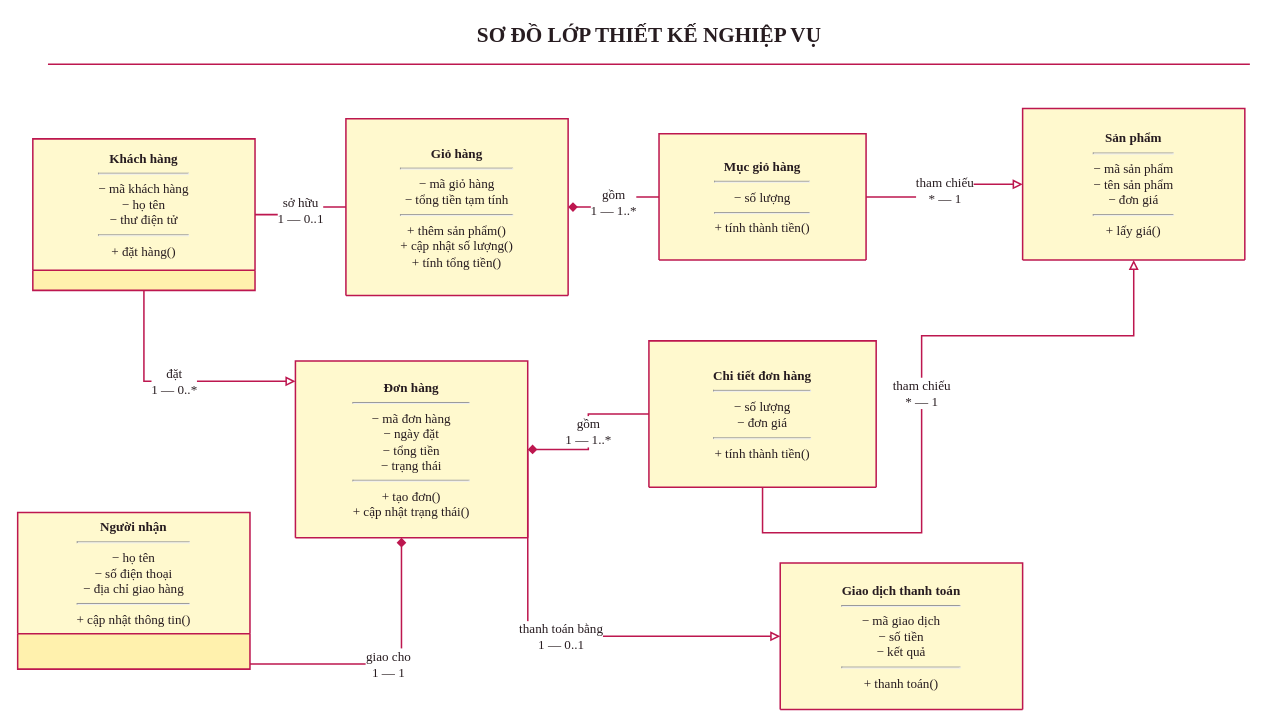
This is page "03 Lớp thiết kế nghiệp vụ" (3 of 6) of LAB_AT_OOSD/LAB04/ThietKe/PhamMInhGiang-12DHCNPM1-ThietKeLab04.drawio from 1250080044-PhamMinhGiang-12DHCNPM1/OOP-Lab, a draw.io file, before an edit. Source tidied: cells renumbered, new cells numbered last; positions are measured from the earlier drawing's top-left corner, leaving out a move shared by most shapes. Both pictures are drawn from the tidied source at 101%, with x=0, y=0 at pixel (17, 17).
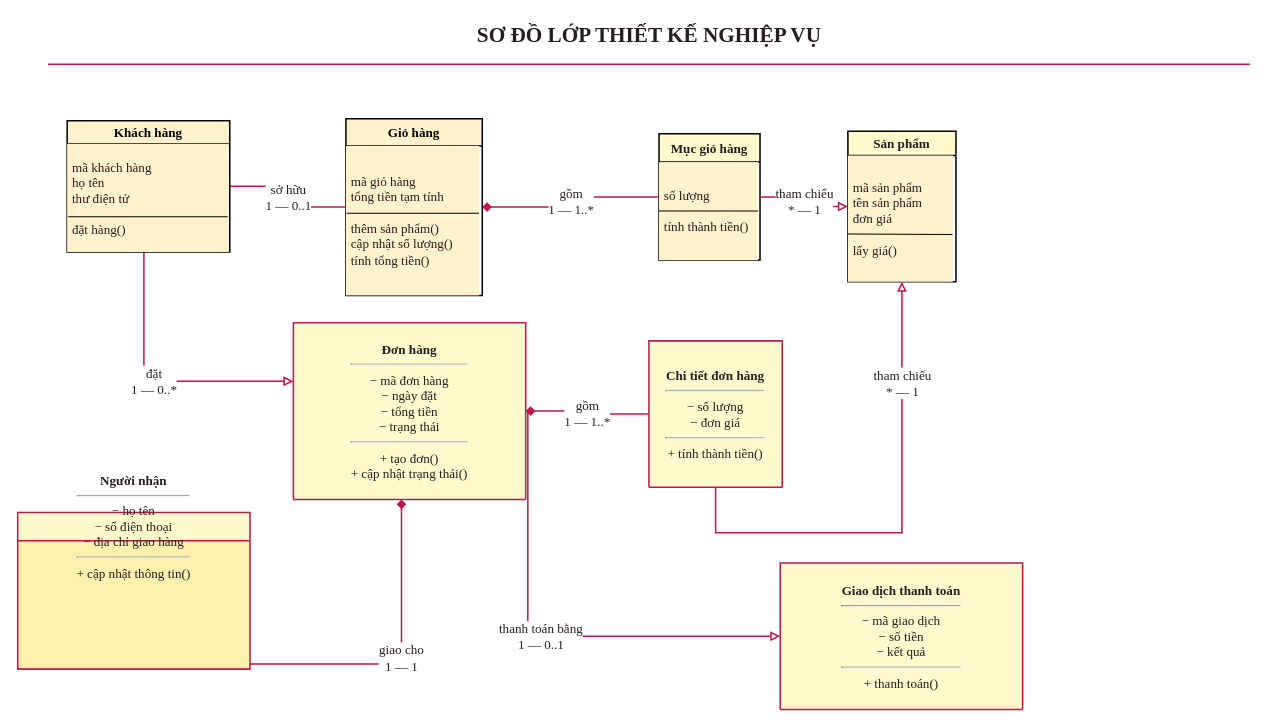
The same page after the edit.

Diff of the diagram source:
```diff
@@
-    <mxCell id="3" value="&lt;b&gt;Khách hàng&lt;/b&gt;&lt;hr&gt;− mã khách hàng&lt;br&gt;− họ tên&lt;br&gt;− thư điện tử&lt;hr&gt;+ đặt hàng()" style="swimlane;fontStyle=0;horizontal=1;startSize=130;html=1;whiteSpace=wrap;fillColor=#FFF9CE;swimlaneFillColor=#FFF1AD;strokeColor=#BD174F;fontSize=13;fontFamily=Times New Roman;fontColor=#271C20;strokeWidth=1.5;" parent="1" vertex="1">
-      <mxGeometry x="15" y="120" width="220" height="150" as="geometry" />
-    </mxCell>
-    <mxCell id="4" value="&lt;b&gt;Giỏ hàng&lt;/b&gt;&lt;hr&gt;− mã giỏ hàng&lt;br&gt;− tổng tiền tạm tính&lt;hr&gt;+ thêm sản phẩm()&lt;br&gt;+ cập nhật số lượng()&lt;br&gt;+ tính tổng tiền()" style="swimlane;fontStyle=0;horizontal=1;startSize=175;html=1;whiteSpace=wrap;fillColor=#FFF9CE;swimlaneFillColor=#FFF1AD;strokeColor=#BD174F;fontSize=13;fontFamily=Times New Roman;fontColor=#271C20;strokeWidth=1.5;" parent="1" vertex="1">
-      <mxGeometry x="325" y="100" width="220" height="175" as="geometry" />
+    <mxCell id="4" value="&lt;b&gt;Giỏ hàng&lt;/b&gt;" style="swimlane;fontStyle=0;horizontal=1;startSize=27;html=1;whiteSpace=wrap;fillColor=#fff2cc;swimlaneFillColor=none;strokeColor=default;fontSize=13;fontFamily=Times New Roman;strokeWidth=1.5;" parent="1" vertex="1">
+      <mxGeometry x="325" y="100" width="135" height="175" as="geometry" />
     </mxCell>
+    <mxCell id="20" value="&lt;span style=&quot;color: rgb(39, 28, 32); font-family: &amp;quot;Times New Roman&amp;quot;; font-size: 13px;&quot;&gt;&amp;nbsp;mã giỏ hàng&lt;/span&gt;&lt;br style=&quot;color: rgb(39, 28, 32); font-family: &amp;quot;Times New Roman&amp;quot;; font-size: 13px;&quot;&gt;&lt;span style=&quot;color: rgb(39, 28, 32); font-family: &amp;quot;Times New Roman&amp;quot;; font-size: 13px;&quot;&gt;&amp;nbsp;tổng tiền tạm tính&lt;/span&gt;&lt;div&gt;&lt;span style=&quot;color: rgb(39, 28, 32); font-family: &amp;quot;Times New Roman&amp;quot;; font-size: 13px;&quot;&gt;&lt;br&gt;&lt;/span&gt;&lt;/div&gt;&lt;div&gt;&lt;span style=&quot;color: rgb(39, 28, 32); font-family: &amp;quot;Times New Roman&amp;quot;; font-size: 13px;&quot;&gt;&amp;nbsp;thêm sản phẩm()&lt;/span&gt;&lt;br style=&quot;color: rgb(39, 28, 32); font-family: &amp;quot;Times New Roman&amp;quot;; font-size: 13px;&quot;&gt;&lt;span style=&quot;color: rgb(39, 28, 32); font-family: &amp;quot;Times New Roman&amp;quot;; font-size: 13px;&quot;&gt;&amp;nbsp;cập nhật số lượng()&lt;/span&gt;&lt;br style=&quot;color: rgb(39, 28, 32); font-family: &amp;quot;Times New Roman&amp;quot;; font-size: 13px;&quot;&gt;&lt;span style=&quot;color: rgb(39, 28, 32); font-family: &amp;quot;Times New Roman&amp;quot;; font-size: 13px;&quot;&gt;&amp;nbsp;tính tổng tiền()&lt;/span&gt;&lt;/div&gt;" style="text;html=1;whiteSpace=wrap;strokeColor=none;fillColor=#fff2cc;align=left;verticalAlign=middle;rounded=0;" parent="4" vertex="1">
+      <mxGeometry y="27" width="132" height="148" as="geometry" />
+    </mxCell>
+    <mxCell id="21" style="endArrow=none;html=1;rounded=0;defaultLabelBackgroundColor=page;exitX=0.005;exitY=0.45;exitDx=0;exitDy=0;exitPerimeter=0;entryX=0.997;entryY=0.45;entryDx=0;entryDy=0;entryPerimeter=0;" parent="4" edge="1" source="20" target="20">
+      <mxGeometry relative="1" as="geometry" />
+    </mxCell>
-    <mxCell id="5" value="&lt;b&gt;Mục giỏ hàng&lt;/b&gt;&lt;hr&gt;− số lượng&lt;hr&gt;+ tính thành tiền()" style="swimlane;fontStyle=0;horizontal=1;startSize=125;html=1;whiteSpace=wrap;fillColor=#FFF9CE;swimlaneFillColor=#FFF1AD;strokeColor=#BD174F;fontSize=13;fontFamily=Times New Roman;fontColor=#271C20;strokeWidth=1.5;" parent="1" vertex="1">
-      <mxGeometry x="635" y="115" width="205" height="125" as="geometry" />
+    <mxCell id="5" value="&lt;b&gt;Mục giỏ hàng&lt;/b&gt;" style="swimlane;fontStyle=0;horizontal=1;startSize=28;html=1;whiteSpace=wrap;fillColor=#FFF9CE;swimlaneFillColor=none;strokeColor=default;fontSize=13;fontFamily=Times New Roman;fontColor=#271C20;strokeWidth=1.5;" parent="1" vertex="1">
+      <mxGeometry x="635" y="115" width="100" height="125" as="geometry" />
     </mxCell>
+    <mxCell id="22" value="&lt;span style=&quot;color: rgb(39, 28, 32); font-family: &amp;quot;Times New Roman&amp;quot;; font-size: 13px;&quot;&gt;&amp;nbsp;số lượng&lt;/span&gt;&lt;div&gt;&lt;span style=&quot;color: rgb(39, 28, 32); font-family: &amp;quot;Times New Roman&amp;quot;; font-size: 13px;&quot;&gt;&lt;br&gt;&lt;/span&gt;&lt;/div&gt;&lt;div&gt;&lt;span style=&quot;color: rgb(39, 28, 32); font-family: &amp;quot;Times New Roman&amp;quot;; font-size: 13px;&quot;&gt;&amp;nbsp;tính thành tiền()&lt;/span&gt;&lt;/div&gt;" style="text;html=1;whiteSpace=wrap;strokeColor=none;fillColor=#fff2cc;align=left;verticalAlign=middle;rounded=0;" parent="5" vertex="1">
+      <mxGeometry y="28" width="98" height="97" as="geometry" />
+    </mxCell>
+    <mxCell id="23" style="endArrow=none;html=1;rounded=0;defaultLabelBackgroundColor=page;exitX=0;exitY=0.5;exitDx=0;exitDy=0;entryX=1;entryY=0.5;entryDx=0;entryDy=0;" parent="5" edge="1" source="22" target="22">
+      <mxGeometry relative="1" as="geometry" />
+    </mxCell>
-    <mxCell id="6" value="&lt;b&gt;Sản phẩm&lt;/b&gt;&lt;hr&gt;− mã sản phẩm&lt;br&gt;− tên sản phẩm&lt;br&gt;− đơn giá&lt;hr&gt;+ lấy giá()" style="swimlane;fontStyle=0;horizontal=1;startSize=150;html=1;whiteSpace=wrap;fillColor=#FFF9CE;swimlaneFillColor=#FFF1AD;strokeColor=#BD174F;fontSize=13;fontFamily=Times New Roman;fontColor=#271C20;strokeWidth=1.5;" parent="1" vertex="1">
-      <mxGeometry x="995" y="90" width="220" height="150" as="geometry" />
+    <mxCell id="6" value="&lt;b&gt;Sản phẩm&lt;/b&gt;" style="swimlane;fontStyle=0;horizontal=1;startSize=24;html=1;whiteSpace=wrap;fillColor=#FFF9CE;swimlaneFillColor=none;strokeColor=default;fontSize=13;fontFamily=Times New Roman;fontColor=#271C20;strokeWidth=1.5;" parent="1" vertex="1">
+      <mxGeometry x="822" y="112.5" width="107" height="149" as="geometry" />
     </mxCell>
+    <mxCell id="24" value="&lt;span style=&quot;color: rgb(39, 28, 32); font-family: &amp;quot;Times New Roman&amp;quot;; font-size: 13px;&quot;&gt;&amp;nbsp;mã sản phẩm&lt;/span&gt;&lt;br style=&quot;color: rgb(39, 28, 32); font-family: &amp;quot;Times New Roman&amp;quot;; font-size: 13px;&quot;&gt;&lt;span style=&quot;color: rgb(39, 28, 32); font-family: &amp;quot;Times New Roman&amp;quot;; font-size: 13px;&quot;&gt;&amp;nbsp;tên sản phẩm&lt;/span&gt;&lt;br style=&quot;color: rgb(39, 28, 32); font-family: &amp;quot;Times New Roman&amp;quot;; font-size: 13px;&quot;&gt;&lt;span style=&quot;color: rgb(39, 28, 32); font-family: &amp;quot;Times New Roman&amp;quot;; font-size: 13px;&quot;&gt;&amp;nbsp;đơn giá&lt;/span&gt;&lt;div&gt;&lt;span style=&quot;color: rgb(39, 28, 32); font-family: &amp;quot;Times New Roman&amp;quot;; font-size: 13px;&quot;&gt;&lt;br&gt;&lt;/span&gt;&lt;/div&gt;&lt;div&gt;&lt;span style=&quot;color: rgb(39, 28, 32); font-family: &amp;quot;Times New Roman&amp;quot;; font-size: 13px;&quot;&gt;&amp;nbsp;lấy giá()&lt;/span&gt;&lt;/div&gt;" style="text;html=1;whiteSpace=wrap;strokeColor=none;fillColor=#fff2cc;align=left;verticalAlign=middle;rounded=0;" parent="6" vertex="1">
+      <mxGeometry y="24" width="104" height="125" as="geometry" />
+    </mxCell>
+    <mxCell id="25" style="endArrow=none;html=1;rounded=0;defaultLabelBackgroundColor=page;exitX=-0.001;exitY=0.621;exitDx=0;exitDy=0;entryX=0.996;entryY=0.625;entryDx=0;entryDy=0;exitPerimeter=0;entryPerimeter=0;" parent="6" edge="1" source="24" target="24">
+      <mxGeometry relative="1" as="geometry" />
+    </mxCell>
     <mxCell id="7" value="&lt;b&gt;Đơn hàng&lt;/b&gt;&lt;hr&gt;− mã đơn hàng&lt;br&gt;− ngày đặt&lt;br&gt;− tổng tiền&lt;br&gt;− trạng thái&lt;hr&gt;+ tạo đơn()&lt;br&gt;+ cập nhật trạng thái()" style="swimlane;fontStyle=0;horizontal=1;startSize=175;html=1;whiteSpace=wrap;fillColor=#FFF9CE;swimlaneFillColor=#FFF1AD;strokeColor=#BD174F;fontSize=13;fontFamily=Times New Roman;fontColor=#271C20;strokeWidth=1.5;" parent="1" vertex="1">
-      <mxGeometry x="275" y="340" width="230" height="175" as="geometry" />
+      <mxGeometry x="273" y="302" width="230" height="175" as="geometry" />
     </mxCell>
-    <mxCell id="8" value="&lt;b&gt;Chi tiết đơn hàng&lt;/b&gt;&lt;hr&gt;− số lượng&lt;br&gt;− đơn giá&lt;hr&gt;+ tính thành tiền()" style="swimlane;fontStyle=0;horizontal=1;startSize=145;html=1;whiteSpace=wrap;fillColor=#FFF9CE;swimlaneFillColor=#FFF1AD;strokeColor=#BD174F;fontSize=13;fontFamily=Times New Roman;fontColor=#271C20;strokeWidth=1.5;" parent="1" vertex="1">
-      <mxGeometry x="625" y="320" width="225" height="145" as="geometry" />
+    <mxCell id="8" value="&lt;b&gt;Chi tiết đơn hàng&lt;/b&gt;&lt;hr&gt;− số lượng&lt;br&gt;− đơn giá&lt;hr&gt;+ tính thành tiền()" style="swimlane;fontStyle=0;horizontal=1;startSize=145;html=1;whiteSpace=wrap;fillColor=#FFF9CE;swimlaneFillColor=#FFF1AD;strokeColor=#BD174F;fontSize=13;fontFamily=Times New Roman;fontColor=#271C20;strokeWidth=1.5;" parent="1" vertex="1" collapsed="1">
+      <mxGeometry x="625" y="320" width="132" height="145" as="geometry" />
     </mxCell>
-    <mxCell id="9" value="&lt;b&gt;Người nhận&lt;/b&gt;&lt;hr&gt;− họ tên&lt;br&gt;− số điện thoại&lt;br&gt;− địa chỉ giao hàng&lt;hr&gt;+ cập nhật thông tin()" style="swimlane;fontStyle=0;horizontal=1;startSize=120;html=1;whiteSpace=wrap;fillColor=#FFF9CE;swimlaneFillColor=#FFF1AD;strokeColor=#BD174F;fontSize=13;fontFamily=Times New Roman;fontColor=#271C20;strokeWidth=1.5;" parent="1" vertex="1">
+    <mxCell id="9" value="&lt;b&gt;Người nhận&lt;/b&gt;&lt;hr&gt;− họ tên&lt;br&gt;− số điện thoại&lt;br&gt;− địa chỉ giao hàng&lt;hr&gt;+ cập nhật thông tin()" style="swimlane;fontStyle=0;horizontal=1;startSize=28;html=1;whiteSpace=wrap;fillColor=#FFF9CE;swimlaneFillColor=#FFF1AD;strokeColor=#BD174F;fontSize=13;fontFamily=Times New Roman;fontColor=#271C20;strokeWidth=1.5;" parent="1" vertex="1">
       <mxGeometry y="490" width="230" height="155" as="geometry" />
     </mxCell>
@@
-    <mxCell id="16" value="tham chiếu&#10;* — 1" style="edgeStyle=orthogonalEdgeStyle;rounded=0;jettySize=auto;html=1;endArrow=block;endFill=0;startArrow=none;labelBackgroundColor=#FFFFFF;fontSize=13;strokeColor=#BD174F;strokeWidth=1.5;fontFamily=Times New Roman;fontColor=#271C20;" parent="1" edge="1" source="8" target="6">
-      <mxGeometry relative="1" as="geometry">
+    <mxCell id="16" value="tham chiếu&#10;* — 1" style="edgeStyle=orthogonalEdgeStyle;rounded=0;jettySize=auto;html=1;endArrow=block;endFill=0;startArrow=none;labelBackgroundColor=#FFFFFF;fontSize=13;strokeColor=#BD174F;strokeWidth=1.5;fontFamily=Times New Roman;fontColor=#271C20;entryX=0.5;entryY=1;entryDx=0;entryDy=0;" parent="1" edge="1" source="8" target="6">
+      <mxGeometry x="0.58" relative="1" as="geometry">
         <Array as="points">
-          <mxPoint x="895" y="510" />
-          <mxPoint x="895" y="315" />
-          <mxPoint x="1105" y="315" />
+          <mxPoint x="691" y="510" />
+          <mxPoint x="875.5" y="510" />
         </Array>
       </mxGeometry>
     </mxCell>
@@
+    <mxCell id="3" value="&lt;b&gt;Khách hàng&lt;/b&gt;" style="swimlane;fontStyle=0;horizontal=1;startSize=23;html=1;whiteSpace=wrap;fillColor=#fff2cc;swimlaneFillColor=default;strokeColor=default;fontSize=13;fontFamily=Times New Roman;strokeWidth=1.5;" parent="1" vertex="1">
+      <mxGeometry x="49" y="102" width="161" height="130" as="geometry" />
+    </mxCell>
+    <mxCell id="26" value="&lt;span style=&quot;color: rgb(39, 28, 32); font-family: &amp;quot;Times New Roman&amp;quot;; font-size: 13px;&quot;&gt;&amp;nbsp;mã khách hàng&lt;/span&gt;&lt;br style=&quot;color: rgb(39, 28, 32); font-family: &amp;quot;Times New Roman&amp;quot;; font-size: 13px;&quot;&gt;&lt;span style=&quot;color: rgb(39, 28, 32); font-family: &amp;quot;Times New Roman&amp;quot;; font-size: 13px;&quot;&gt;&amp;nbsp;họ tên&lt;/span&gt;&lt;br style=&quot;color: rgb(39, 28, 32); font-family: &amp;quot;Times New Roman&amp;quot;; font-size: 13px;&quot;&gt;&lt;span style=&quot;color: rgb(39, 28, 32); font-family: &amp;quot;Times New Roman&amp;quot;; font-size: 13px;&quot;&gt;&amp;nbsp;thư điện tử&lt;/span&gt;&lt;div&gt;&lt;span style=&quot;color: rgb(39, 28, 32); font-family: &amp;quot;Times New Roman&amp;quot;; font-size: 13px;&quot;&gt;&lt;/span&gt;&lt;/div&gt;&lt;div&gt;&lt;span style=&quot;color: rgb(39, 28, 32); font-family: &amp;quot;Times New Roman&amp;quot;; font-size: 13px;&quot;&gt;&lt;br&gt;&lt;/span&gt;&lt;/div&gt;&lt;div&gt;&lt;span style=&quot;color: rgb(39, 28, 32); font-family: &amp;quot;Times New Roman&amp;quot;; font-size: 13px;&quot;&gt;&amp;nbsp;đặt hàng()&lt;/span&gt;&lt;/div&gt;" style="text;html=1;whiteSpace=wrap;align=left;verticalAlign=middle;rounded=0;fillColor=#fff2cc;strokeColor=none;gradientColor=none;" parent="3" vertex="1">
+      <mxGeometry y="23" width="160" height="107" as="geometry" />
+    </mxCell>
+    <mxCell id="27" style="endArrow=none;html=1;rounded=0;defaultLabelBackgroundColor=page;exitX=0.013;exitY=0.601;exitDx=0;exitDy=0;exitPerimeter=0;entryX=1;entryY=0.601;entryDx=0;entryDy=0;entryPerimeter=0;" parent="3" edge="1">
+      <mxGeometry relative="1" as="geometry">
+        <mxPoint x="1" y="95" as="sourcePoint" />
+        <mxPoint x="159" y="95" as="targetPoint" />
+      </mxGeometry>
+    </mxCell>
```
